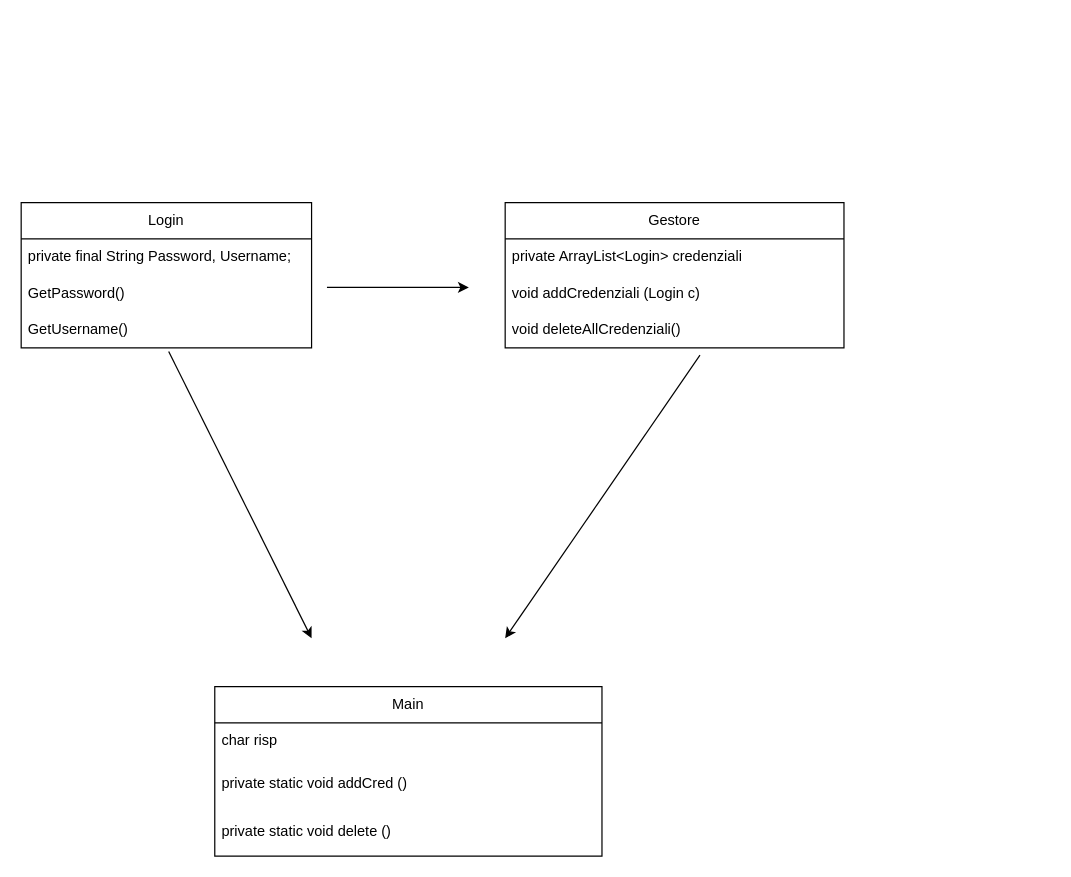
Before: Diagramma senza titolo.drawio in JavaProjectBoniniSevasta/Progetto, a draw.io diagram. Source tidied: cells renumbered, new cells numbered last; positions are measured from the earlier drawing's top-left corner, leaving out a move shared by most shapes. Both pictures are drawn from the tidied source at 121%, with x=0, y=0 at pixel (21, 202).
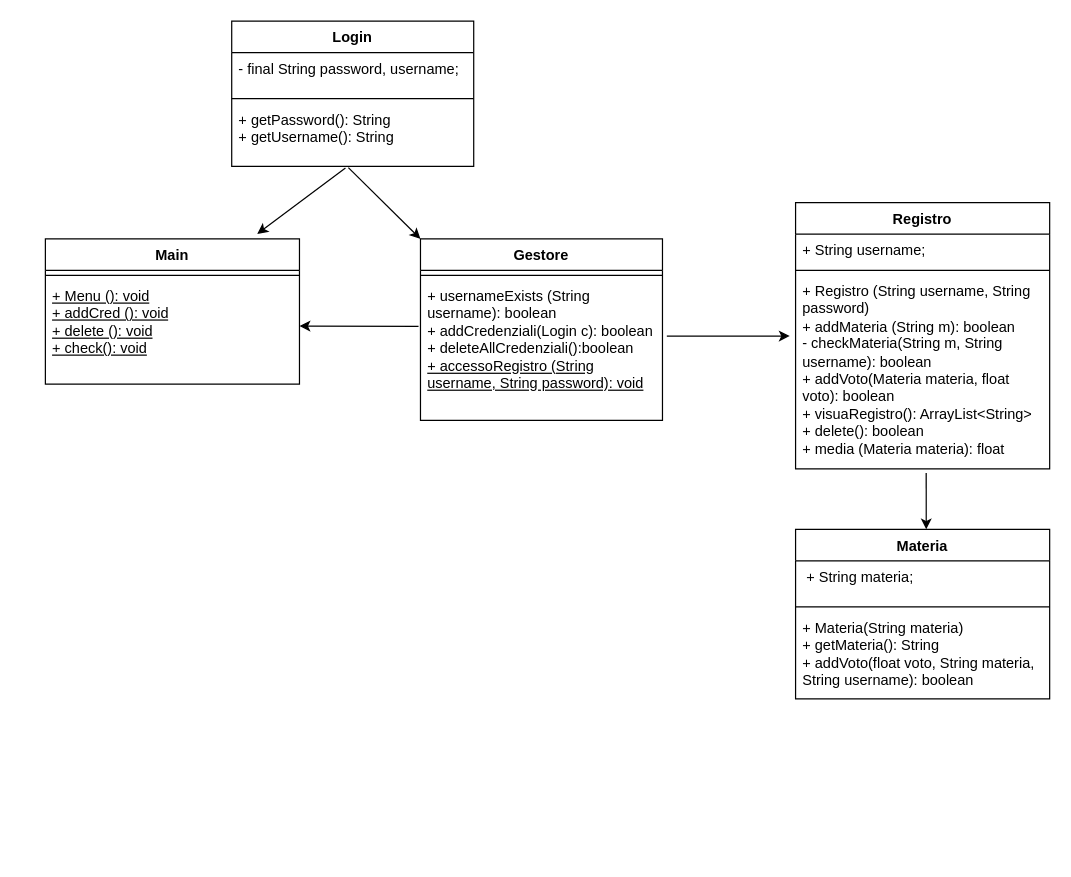
After the change.

Change to the diagram source:
```diff
@@
-    <mxCell id="0" />
-    <mxCell id="1" parent="0" />
+    <mxCell id="17" />
+    <mxCell id="18" parent="17" />
+    <mxCell id="13" value="Main" style="swimlane;fontStyle=1;align=center;verticalAlign=top;horizontal=1;startSize=26;whiteSpace=wrap;html=1;" parent="18" vertex="1">
+      <mxGeometry x="20" y="30" width="210" height="120" as="geometry" />
+    </mxCell>
+    <mxCell id="19" style="line;strokeWidth=1;fillColor=none;align=left;verticalAlign=middle;spacingTop=-1;spacingLeft=3;spacingRight=3;labelPosition=right;strokeColor=inherit;" parent="13" vertex="1">
+      <mxGeometry y="26" width="210" height="8" as="geometry" />
+    </mxCell>
+    <mxCell id="20" value="&lt;u&gt;+ Menu (): void&lt;br&gt;+ addCred (): void&lt;br&gt;+ delete (): void&lt;br&gt;+ check(): void&lt;br&gt;&lt;br&gt;&lt;/u&gt;" style="text;strokeColor=none;fillColor=none;align=left;verticalAlign=top;spacingLeft=4;spacingRight=4;overflow=hidden;whiteSpace=wrap;html=1;" parent="13" vertex="1">
+      <mxGeometry y="34" width="210" height="86" as="geometry" />
+    </mxCell>
-    <mxCell id="2" value="Login" style="swimlane;fontStyle=0;horizontal=1;startSize=30;whiteSpace=wrap;html=1;" parent="1" vertex="1">
-      <mxGeometry width="240" height="120" as="geometry" />
+    <mxCell id="2" value="Login" style="swimlane;fontStyle=1;align=center;verticalAlign=top;horizontal=1;startSize=26;whiteSpace=wrap;html=1;" parent="18" vertex="1">
+      <mxGeometry x="174" y="-150" width="200" height="120" as="geometry" />
     </mxCell>
-    <mxCell id="3" value="private final String Password, Username;" style="text;strokeColor=none;fillColor=none;align=left;verticalAlign=middle;spacingLeft=4;spacingRight=4;overflow=hidden;whiteSpace=wrap;html=1;" parent="2" vertex="1">
-      <mxGeometry y="30" width="240" height="30" as="geometry" />
-    </mxCell>
-    <mxCell id="4" value="GetPassword()" style="text;strokeColor=none;fillColor=none;align=left;verticalAlign=middle;spacingLeft=4;spacingRight=4;overflow=hidden;points=[[0,0.5],[1,0.5]];portConstraint=eastwest;whiteSpace=wrap;html=1;" parent="2" vertex="1">
-      <mxGeometry y="60" width="240" height="30" as="geometry" />
-    </mxCell>
-    <mxCell id="5" value="GetUsername()" style="text;strokeColor=none;fillColor=none;align=left;verticalAlign=middle;spacingLeft=4;spacingRight=4;overflow=hidden;points=[[0,0.5],[1,0.5]];portConstraint=eastwest;whiteSpace=wrap;html=1;" parent="2" vertex="1">
-      <mxGeometry y="90" width="240" height="30" as="geometry" />
-    </mxCell>
-    <mxCell id="6" style="endArrow=classic;html=1;rounded=0;exitX=1.053;exitY=0.333;exitDx=0;exitDy=0;exitPerimeter=0;" parent="1" edge="1" source="4">
-      <mxGeometry relative="1" as="geometry">
-        <mxPoint x="370" y="70" as="targetPoint" />
-      </mxGeometry>
-    </mxCell>
+    <mxCell id="21" value="- final String password, username;" style="text;strokeColor=none;fillColor=none;align=left;verticalAlign=top;spacingLeft=4;spacingRight=4;overflow=hidden;whiteSpace=wrap;html=1;" parent="2" vertex="1">
+      <mxGeometry y="26" width="200" height="34" as="geometry" />
+    </mxCell>
+    <mxCell id="22" style="line;strokeWidth=1;fillColor=none;align=left;verticalAlign=middle;spacingTop=-1;spacingLeft=3;spacingRight=3;labelPosition=right;strokeColor=inherit;" parent="2" vertex="1">
+      <mxGeometry y="60" width="200" height="8" as="geometry" />
+    </mxCell>
+    <mxCell id="23" value="+ getPassword(): String&lt;br&gt;+ getUsername(): String" style="text;strokeColor=none;fillColor=none;align=left;verticalAlign=top;spacingLeft=4;spacingRight=4;overflow=hidden;points=[[0,0.5],[1,0.5]];portConstraint=eastwest;whiteSpace=wrap;html=1;" parent="2" vertex="1">
+      <mxGeometry y="68" width="200" height="52" as="geometry" />
+    </mxCell>
-    <mxCell id="7" value="Gestore" style="swimlane;fontStyle=0;horizontal=1;startSize=30;whiteSpace=wrap;html=1;" parent="1" vertex="1">
-      <mxGeometry x="400" width="280" height="120" as="geometry" />
+    <mxCell id="7" value="Gestore" style="swimlane;fontStyle=1;align=center;verticalAlign=top;horizontal=1;startSize=26;whiteSpace=wrap;html=1;" parent="18" vertex="1">
+      <mxGeometry x="330" y="30" width="200" height="150" as="geometry" />
     </mxCell>
-    <mxCell id="8" value="private ArrayList&amp;lt;Login&amp;gt; credenziali" style="text;strokeColor=none;fillColor=none;align=left;verticalAlign=middle;spacingLeft=4;spacingRight=4;overflow=hidden;whiteSpace=wrap;html=1;" parent="7" vertex="1">
-      <mxGeometry y="30" width="280" height="30" as="geometry" />
-    </mxCell>
-    <mxCell id="9" value="void addCredenziali (Login c)" style="text;strokeColor=none;fillColor=none;align=left;verticalAlign=middle;spacingLeft=4;spacingRight=4;overflow=hidden;whiteSpace=wrap;html=1;" parent="7" vertex="1">
-      <mxGeometry y="60" width="280" height="30" as="geometry" />
-    </mxCell>
-    <mxCell id="10" value="void deleteAllCredenziali()" style="text;strokeColor=none;fillColor=none;align=left;verticalAlign=middle;spacingLeft=4;spacingRight=4;overflow=hidden;points=[[0,0.5],[1,0.5]];portConstraint=eastwest;whiteSpace=wrap;html=1;" parent="7" vertex="1">
-      <mxGeometry y="90" width="280" height="30" as="geometry" />
-    </mxCell>
-    <mxCell id="11" style="endArrow=classic;html=1;rounded=0;exitX=0.508;exitY=1.1;exitDx=0;exitDy=0;exitPerimeter=0;" parent="1" edge="1" source="5">
-      <mxGeometry relative="1" as="geometry">
-        <mxPoint x="240" y="360" as="targetPoint" />
-      </mxGeometry>
-    </mxCell>
-    <mxCell id="12" style="endArrow=classic;html=1;rounded=0;exitX=0.575;exitY=1.2;exitDx=0;exitDy=0;exitPerimeter=0;" parent="1" edge="1" source="10">
-      <mxGeometry relative="1" as="geometry">
-        <mxPoint x="400" y="360" as="targetPoint" />
-      </mxGeometry>
-    </mxCell>
-    <mxCell id="13" value="Main" style="swimlane;fontStyle=0;horizontal=1;startSize=30;whiteSpace=wrap;html=1;" parent="1" vertex="1">
-      <mxGeometry x="160" y="400" width="320" height="140" as="geometry" />
-    </mxCell>
-    <mxCell id="14" value="char risp" style="text;strokeColor=none;fillColor=none;align=left;verticalAlign=middle;spacingLeft=4;spacingRight=4;overflow=hidden;whiteSpace=wrap;html=1;" parent="13" vertex="1">
-      <mxGeometry y="30" width="320" height="30" as="geometry" />
-    </mxCell>
-    <mxCell id="15" value="private static void addCred ()" style="text;strokeColor=none;fillColor=none;align=left;verticalAlign=middle;spacingLeft=4;spacingRight=4;overflow=hidden;whiteSpace=wrap;html=1;" parent="13" vertex="1">
-      <mxGeometry y="60" width="320" height="40" as="geometry" />
-    </mxCell>
-    <mxCell id="16" value="private static void delete ()" style="text;strokeColor=none;fillColor=none;align=left;verticalAlign=middle;spacingLeft=4;spacingRight=4;overflow=hidden;whiteSpace=wrap;html=1;" parent="13" vertex="1">
-      <mxGeometry y="100" width="320" height="40" as="geometry" />
-    </mxCell>
+    <mxCell id="24" style="line;strokeWidth=1;fillColor=none;align=left;verticalAlign=middle;spacingTop=-1;spacingLeft=3;spacingRight=3;labelPosition=right;strokeColor=inherit;" parent="7" vertex="1">
+      <mxGeometry y="26" width="200" height="8" as="geometry" />
+    </mxCell>
+    <mxCell id="25" value="+ usernameExists (String username): boolean&lt;br&gt;+ addCredenziali(Login c): boolean&lt;br&gt;+ deleteAllCredenziali():boolean&lt;br&gt;&lt;u&gt;+ accessoRegistro (String username, String password): void&lt;br&gt;&lt;/u&gt;" style="text;strokeColor=none;fillColor=none;align=left;verticalAlign=top;spacingLeft=4;spacingRight=4;overflow=hidden;points=[[0,0.5],[1,0.5]];portConstraint=eastwest;whiteSpace=wrap;html=1;" parent="7" vertex="1">
+      <mxGeometry y="34" width="200" height="116" as="geometry" />
+    </mxCell>
+    <mxCell id="26" value="Registro" style="swimlane;fontStyle=1;align=center;verticalAlign=top;horizontal=1;startSize=26;whiteSpace=wrap;html=1;" parent="18" vertex="1">
+      <mxGeometry x="640" width="210" height="220" as="geometry" />
+    </mxCell>
+    <mxCell id="27" value="+ String username;" style="text;strokeColor=none;fillColor=none;align=left;verticalAlign=top;spacingLeft=4;spacingRight=4;overflow=hidden;whiteSpace=wrap;html=1;" parent="26" vertex="1">
+      <mxGeometry y="26" width="210" height="26" as="geometry" />
+    </mxCell>
+    <mxCell id="28" style="line;strokeWidth=1;fillColor=none;align=left;verticalAlign=middle;spacingTop=-1;spacingLeft=3;spacingRight=3;labelPosition=right;strokeColor=inherit;" parent="26" vertex="1">
+      <mxGeometry y="52" width="210" height="8" as="geometry" />
+    </mxCell>
+    <mxCell id="29" value="+ Registro (String username, String password)&lt;br&gt;+ addMateria (String m): boolean&lt;br&gt;- checkMateria(String m, String username): boolean&lt;br&gt;+ addVoto(Materia materia, float voto): boolean&lt;br&gt;+ visuaRegistro(): ArrayList&amp;lt;String&amp;gt;&lt;br&gt;+ delete(): boolean&lt;br&gt;+ media (Materia materia): float" style="text;strokeColor=none;fillColor=none;align=left;verticalAlign=top;spacingLeft=4;spacingRight=4;overflow=hidden;points=[[0,0.5],[1,0.5]];portConstraint=eastwest;whiteSpace=wrap;html=1;" parent="26" vertex="1">
+      <mxGeometry y="60" width="210" height="160" as="geometry" />
+    </mxCell>
+    <mxCell id="30" value="Materia" style="swimlane;fontStyle=1;align=center;verticalAlign=top;horizontal=1;startSize=26;whiteSpace=wrap;html=1;" parent="18" vertex="1">
+      <mxGeometry x="640" y="270" width="210" height="140" as="geometry" />
+    </mxCell>
+    <mxCell id="31" value="&amp;nbsp;+ String materia;" style="text;strokeColor=none;fillColor=none;align=left;verticalAlign=top;spacingLeft=4;spacingRight=4;overflow=hidden;whiteSpace=wrap;html=1;" parent="30" vertex="1">
+      <mxGeometry y="26" width="210" height="34" as="geometry" />
+    </mxCell>
+    <mxCell id="32" style="line;strokeWidth=1;fillColor=none;align=left;verticalAlign=middle;spacingTop=-1;spacingLeft=3;spacingRight=3;labelPosition=right;strokeColor=inherit;" parent="30" vertex="1">
+      <mxGeometry y="60" width="210" height="8" as="geometry" />
+    </mxCell>
+    <mxCell id="33" value="+ Materia(String materia)&lt;br&gt;+ getMateria(): String&lt;br&gt;+ addVoto(float voto, String materia, String username): boolean" style="text;strokeColor=none;fillColor=none;align=left;verticalAlign=top;spacingLeft=4;spacingRight=4;overflow=hidden;whiteSpace=wrap;html=1;" parent="30" vertex="1">
+      <mxGeometry y="68" width="210" height="72" as="geometry" />
+    </mxCell>
+    <mxCell id="34" style="endArrow=classic;html=1;rounded=0;exitX=-0.008;exitY=0.329;exitDx=0;exitDy=0;exitPerimeter=0;" parent="18" edge="1" source="25">
+      <mxGeometry relative="1" as="geometry">
+        <mxPoint x="230" y="102" as="targetPoint" />
+      </mxGeometry>
+    </mxCell>
+    <mxCell id="35" style="endArrow=classic;html=1;rounded=0;entryX=0;entryY=0;entryDx=0;entryDy=0;exitX=0.482;exitY=1.02;exitDx=0;exitDy=0;exitPerimeter=0;" parent="18" edge="1" source="23" target="7">
+      <mxGeometry relative="1" as="geometry" />
+    </mxCell>
+    <mxCell id="36" style="endArrow=classic;html=1;rounded=0;entryX=0.834;entryY=-0.035;entryDx=0;entryDy=0;exitX=0.47;exitY=1.027;exitDx=0;exitDy=0;exitPerimeter=0;entryPerimeter=0;" parent="18" edge="1" source="23" target="13">
+      <mxGeometry relative="1" as="geometry" />
+    </mxCell>
+    <mxCell id="37" style="endArrow=classic;html=1;rounded=0;exitX=1.018;exitY=0.399;exitDx=0;exitDy=0;exitPerimeter=0;entryX=-0.023;entryY=0.314;entryDx=0;entryDy=0;entryPerimeter=0;" parent="18" edge="1" source="25" target="29">
+      <mxGeometry relative="1" as="geometry" />
+    </mxCell>
+    <mxCell id="38" style="endArrow=classic;html=1;rounded=0;exitX=0.514;exitY=1.021;exitDx=0;exitDy=0;exitPerimeter=0;" parent="18" edge="1" source="29">
+      <mxGeometry relative="1" as="geometry">
+        <mxPoint x="748" y="270" as="targetPoint" />
+      </mxGeometry>
+    </mxCell>
```
